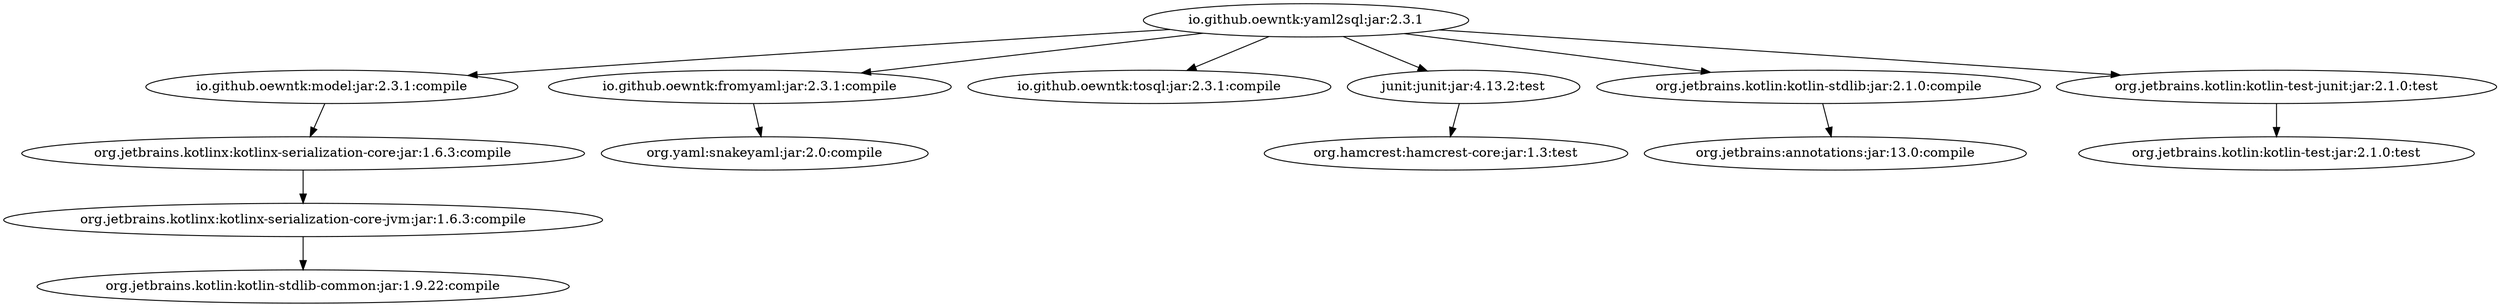
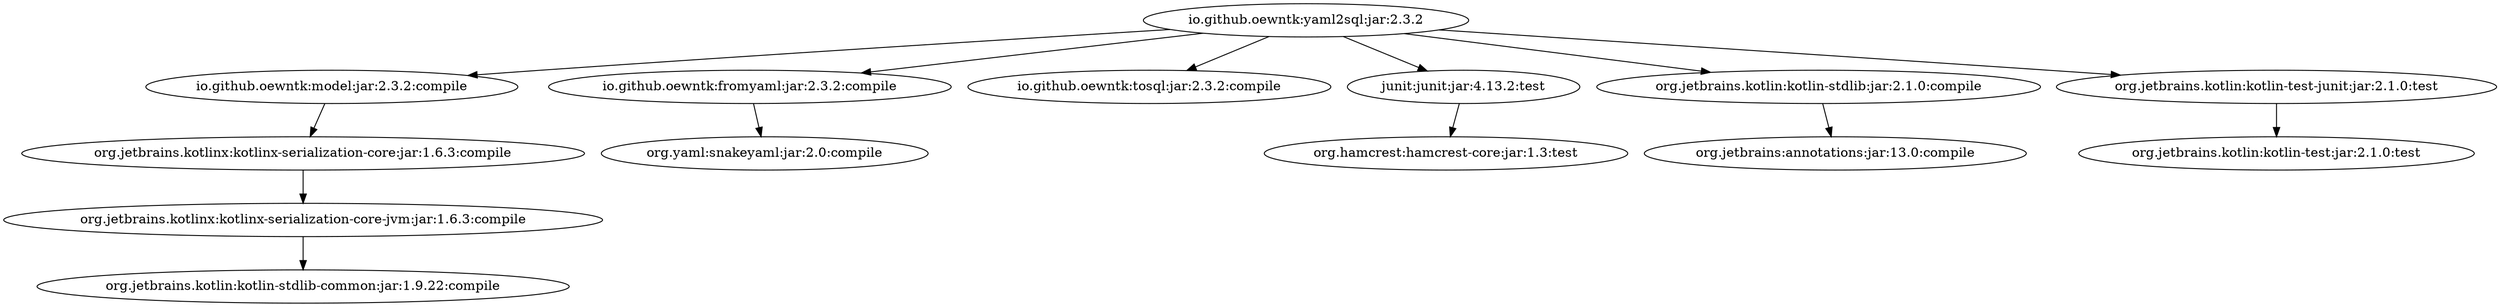
- digraph "io.github.oewntk:yaml2sql:jar:2.3.1" {
- 	"io.github.oewntk:yaml2sql:jar:2.3.1" -> "io.github.oewntk:model:jar:2.3.1:compile" ;
- 	"io.github.oewntk:yaml2sql:jar:2.3.1" -> "io.github.oewntk:fromyaml:jar:2.3.1:compile" ;
- 	"io.github.oewntk:yaml2sql:jar:2.3.1" -> "io.github.oewntk:tosql:jar:2.3.1:compile" ;
- 	"io.github.oewntk:yaml2sql:jar:2.3.1" -> "junit:junit:jar:4.13.2:test" ;
- 	"io.github.oewntk:yaml2sql:jar:2.3.1" -> "org.jetbrains.kotlin:kotlin-stdlib:jar:2.1.0:compile" ;
- 	"io.github.oewntk:yaml2sql:jar:2.3.1" -> "org.jetbrains.kotlin:kotlin-test-junit:jar:2.1.0:test" ;
- 	"io.github.oewntk:model:jar:2.3.1:compile" -> "org.jetbrains.kotlinx:kotlinx-serialization-core:jar:1.6.3:compile" ;
+ digraph "io.github.oewntk:yaml2sql:jar:2.3.2" {
+ 	"io.github.oewntk:yaml2sql:jar:2.3.2" -> "io.github.oewntk:model:jar:2.3.2:compile" ;
+ 	"io.github.oewntk:yaml2sql:jar:2.3.2" -> "io.github.oewntk:fromyaml:jar:2.3.2:compile" ;
+ 	"io.github.oewntk:yaml2sql:jar:2.3.2" -> "io.github.oewntk:tosql:jar:2.3.2:compile" ;
+ 	"io.github.oewntk:yaml2sql:jar:2.3.2" -> "junit:junit:jar:4.13.2:test" ;
+ 	"io.github.oewntk:yaml2sql:jar:2.3.2" -> "org.jetbrains.kotlin:kotlin-stdlib:jar:2.1.0:compile" ;
+ 	"io.github.oewntk:yaml2sql:jar:2.3.2" -> "org.jetbrains.kotlin:kotlin-test-junit:jar:2.1.0:test" ;
+ 	"io.github.oewntk:model:jar:2.3.2:compile" -> "org.jetbrains.kotlinx:kotlinx-serialization-core:jar:1.6.3:compile" ;
	"org.jetbrains.kotlinx:kotlinx-serialization-core:jar:1.6.3:compile" -> "org.jetbrains.kotlinx:kotlinx-serialization-core-jvm:jar:1.6.3:compile" ;
	"org.jetbrains.kotlinx:kotlinx-serialization-core-jvm:jar:1.6.3:compile" -> "org.jetbrains.kotlin:kotlin-stdlib-common:jar:1.9.22:compile" ;
- 	"io.github.oewntk:fromyaml:jar:2.3.1:compile" -> "org.yaml:snakeyaml:jar:2.0:compile" ;
+ 	"io.github.oewntk:fromyaml:jar:2.3.2:compile" -> "org.yaml:snakeyaml:jar:2.0:compile" ;
	"junit:junit:jar:4.13.2:test" -> "org.hamcrest:hamcrest-core:jar:1.3:test" ;
	"org.jetbrains.kotlin:kotlin-stdlib:jar:2.1.0:compile" -> "org.jetbrains:annotations:jar:13.0:compile" ;
	"org.jetbrains.kotlin:kotlin-test-junit:jar:2.1.0:test" -> "org.jetbrains.kotlin:kotlin-test:jar:2.1.0:test" ;
 }